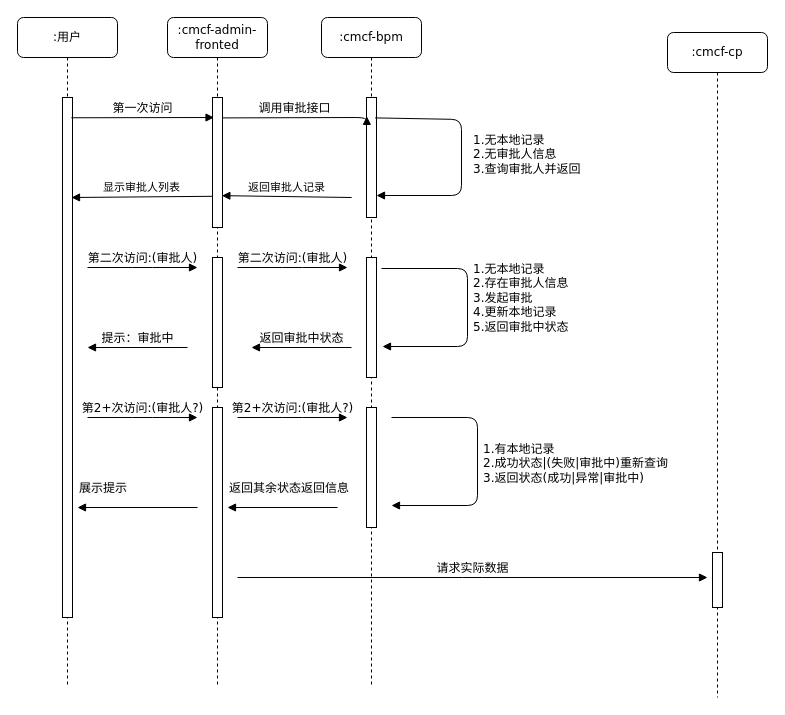
The draw.io diagram Untitled Diagram.drawio in king-Fong/draws, before the edit. Source tidied: cells renumbered, new cells numbered last; positions are measured from the earlier drawing's top-left corner, leaving out a move shared by most shapes. Both pictures are drawn from the tidied source at 100%, with x=0, y=0 at pixel (17, 17).
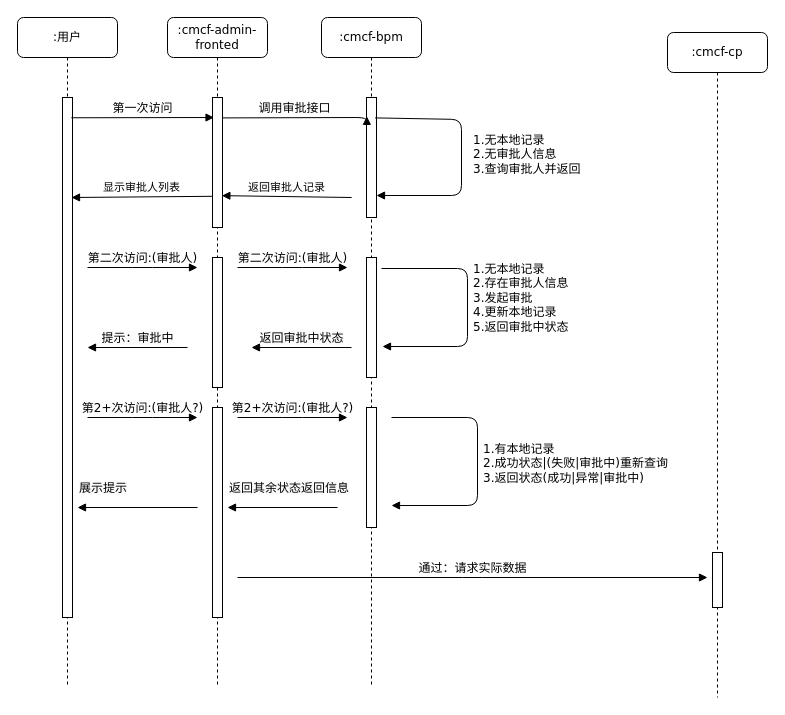
Above is the later version.

Change to the diagram source:
```diff
@@
-    <mxCell id="29" value="请求实际数据" style="html=1;verticalAlign=bottom;endArrow=block;labelBackgroundColor=none;fontFamily=Verdana;fontSize=12;edgeStyle=elbowEdgeStyle;elbow=horizontal;" parent="1" edge="1">
+    <mxCell id="29" value="通过：请求实际数据" style="html=1;verticalAlign=bottom;endArrow=block;labelBackgroundColor=none;fontFamily=Verdana;fontSize=12;edgeStyle=elbowEdgeStyle;elbow=horizontal;" parent="1" edge="1">
       <mxGeometry relative="1" as="geometry">
         <mxPoint x="220" y="560" as="sourcePoint" />
         <mxPoint x="690" y="560" as="targetPoint" />
       </mxGeometry>
     </mxCell>
```
